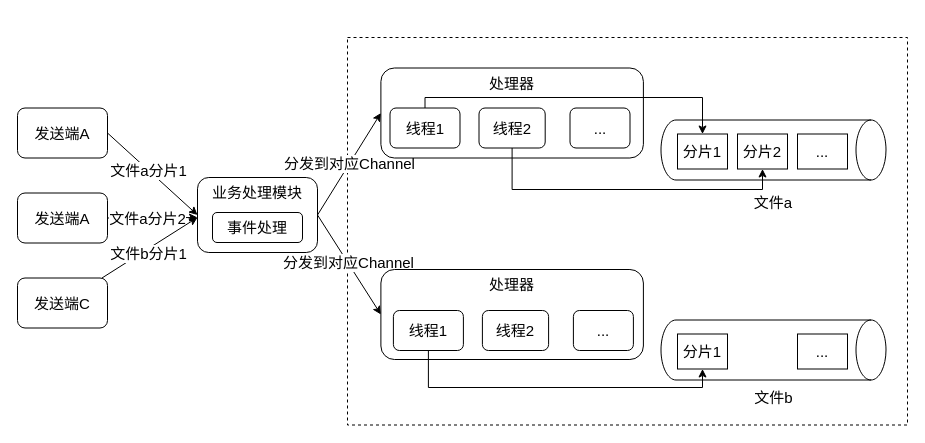
Before: 文件传输.drawio in Whistle1988/code, a draw.io diagram. Source tidied: cells renumbered, new cells numbered last; positions are measured from the earlier drawing's top-left corner, leaving out a move shared by most shapes. Both pictures are drawn from the tidied source at 100%, with x=0, y=0 at pixel (17, 37).
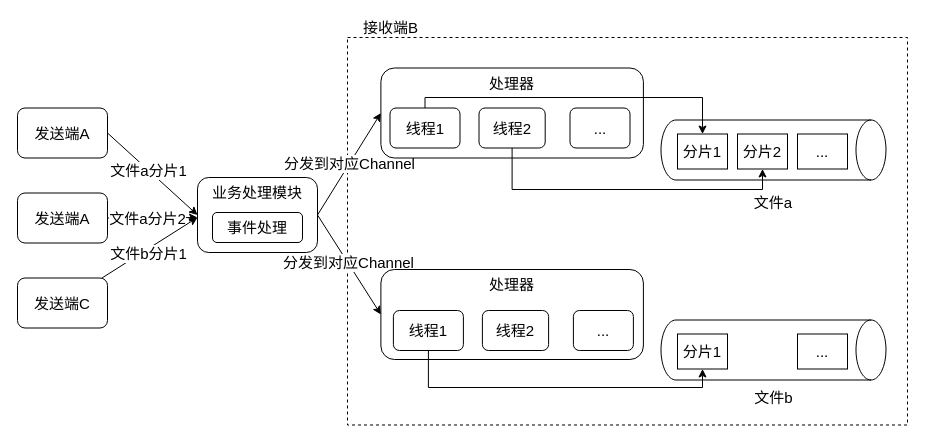
The same diagram, later.

Change to the diagram source:
```diff
@@
+    <mxCell id="38" value="接收端B" style="text;html=1;strokeColor=none;fillColor=none;align=center;verticalAlign=middle;whiteSpace=wrap;rounded=0;fontSize=15;" parent="1" vertex="1">
+      <mxGeometry x="330" y="-20" width="86.6" height="20" as="geometry" />
+    </mxCell>
```
